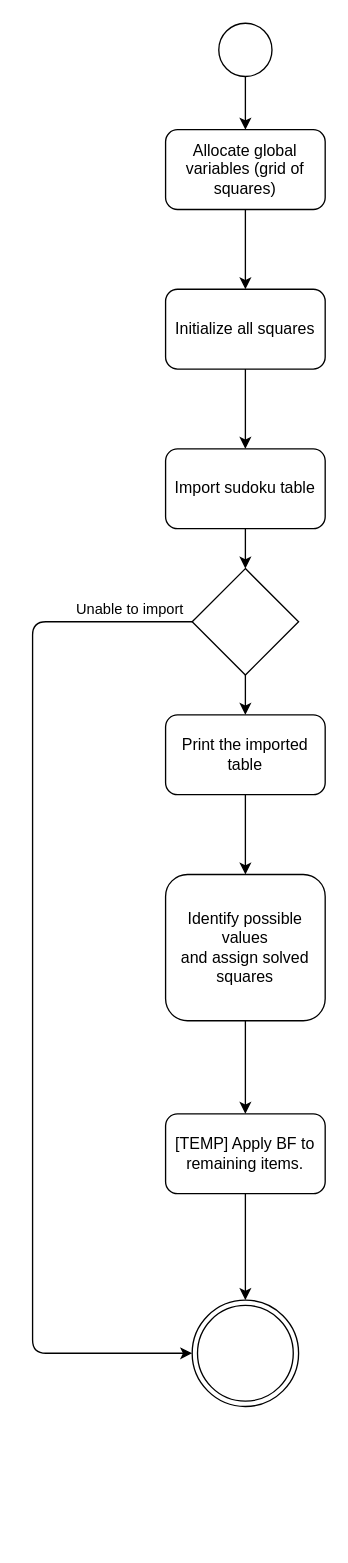
This is page "Activity diagram" (2 of 2) of Miniproject/diagrams.drawio from nh365/CppBC, a draw.io file, before an edit. Source tidied: cells renumbered, new cells numbered last; positions are measured from the earlier drawing's top-left corner, leaving out a move shared by most shapes. Both pictures are drawn from the tidied source at 133%, with x=0, y=0 at pixel (32, 23).
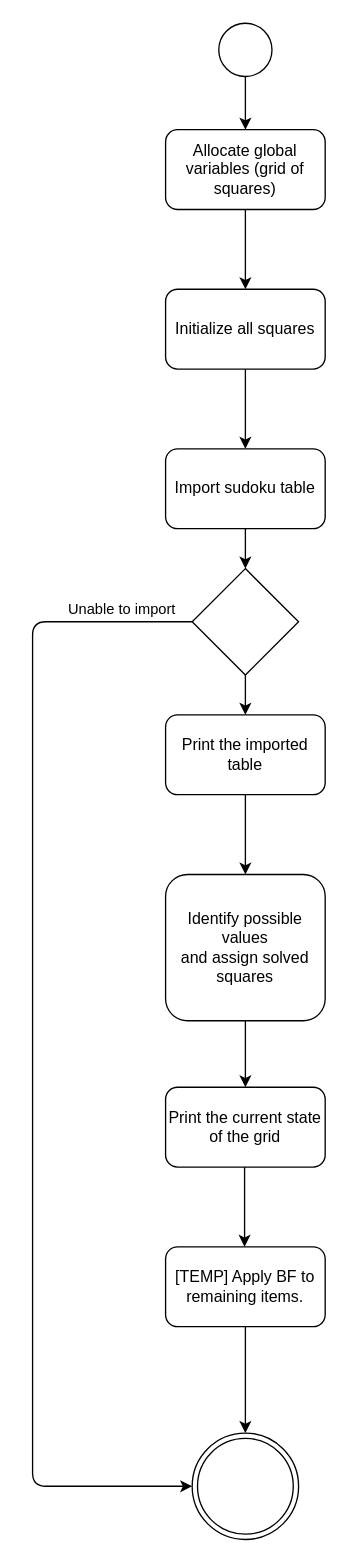
The same page after the edit.

Unchanged cells that the change refers to:
```xml
<mxCell id="2" style="rhombus;whiteSpace=wrap;html=1;" parent="1" vertex="1">
  <mxGeometry x="120" y="410" width="80" height="80" as="geometry" />
</mxCell>
<mxCell id="11" value="Identify possible values&lt;br&gt;and assign solved squares" style="rounded=1;whiteSpace=wrap;html=1;" parent="1" vertex="1">
  <mxGeometry x="100" y="640" width="120" height="110" as="geometry" />
</mxCell>
```

Change to the diagram source:
```diff
@@
     <mxCell id="3" style="ellipse;shape=doubleEllipse;whiteSpace=wrap;html=1;" parent="1" vertex="1">
-      <mxGeometry x="120" y="960" width="80" height="80" as="geometry" />
+      <mxGeometry x="120" y="1060" width="80" height="80" as="geometry" />
     </mxCell>
@@
     <mxCell id="9" style="endArrow=classic;html=1;exitX=0;exitY=0.5;exitDx=0;exitDy=0;" parent="1" edge="1" source="2" target="3">
       <mxGeometry relative="1" as="geometry">
         <Array as="points">
           <mxPoint y="450" />
-          <mxPoint y="1000" />
+          <mxPoint y="1100" />
         </Array>
       </mxGeometry>
     </mxCell>
@@
-    <mxCell id="17" style="endArrow=classic;html=1;exitX=0.5;exitY=1;exitDx=0;exitDy=0;entryX=0.5;entryY=0;entryDx=0;entryDy=0;" parent="1" edge="1" source="11" target="19">
-      <mxGeometry relative="1" as="geometry" />
+    <mxCell id="17" style="endArrow=classic;html=1;exitX=0.5;exitY=1;exitDx=0;exitDy=0;" parent="1" edge="1" source="11">
+      <mxGeometry relative="1" as="geometry">
+        <mxPoint x="160" y="800" as="targetPoint" />
+      </mxGeometry>
     </mxCell>
@@
     <mxCell id="19" value="[TEMP] Apply BF to remaining items." style="rounded=1;whiteSpace=wrap;html=1;" parent="1" vertex="1">
-      <mxGeometry x="100" y="820" width="120" height="60" as="geometry" />
+      <mxGeometry x="100" y="920" width="120" height="60" as="geometry" />
     </mxCell>
@@
+    <mxCell id="21" value="Print the current state of the&amp;nbsp;grid" style="rounded=1;whiteSpace=wrap;html=1;" parent="1" vertex="1">
+      <mxGeometry x="100" y="800" width="120" height="60" as="geometry" />
+    </mxCell>
+    <mxCell id="22" style="endArrow=classic;html=1;exitX=0.5;exitY=1;exitDx=0;exitDy=0;" parent="1" edge="1">
+      <mxGeometry relative="1" as="geometry">
+        <mxPoint x="159.4" y="860" as="sourcePoint" />
+        <mxPoint x="159.4" y="920" as="targetPoint" />
+      </mxGeometry>
+    </mxCell>
```
